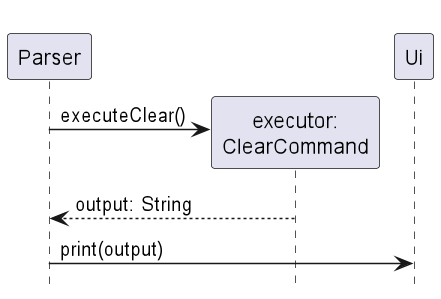
Earlier version of the PlantUML export docs/imgs/clearSequence.png (nus-cs2113-AY2223S1/tp). Its source is kept beside it as docs/UML Diagrams/clearSequence.puml. Its diagram source:
```plantuml
@startuml
!include style.puml

hide footbox

participant Parser

create "executor:\nClearCommand"
Parser -> "executor:\nClearCommand" : executeClear()
"executor:\nClearCommand" --> Parser: output: String

participant Ui
Parser -> Ui : print(output)

@enduml
```
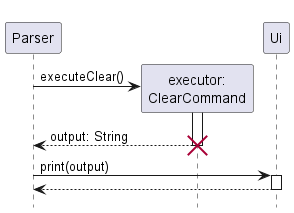
Above is the later version.

The edit, as a diff of the source:
```diff
@@ -7,9 +7,16 @@
 
 create "executor:\nClearCommand"
 Parser -> "executor:\nClearCommand" : executeClear()
+
+activate "executor:\nClearCommand"
 "executor:\nClearCommand" --> Parser: output: String
+destroy "executor:\nClearCommand"
 
 participant Ui
+
 Parser -> Ui : print(output)
+activate Ui
+Ui --> Parser
+deactivate Ui
 
 @enduml
```
